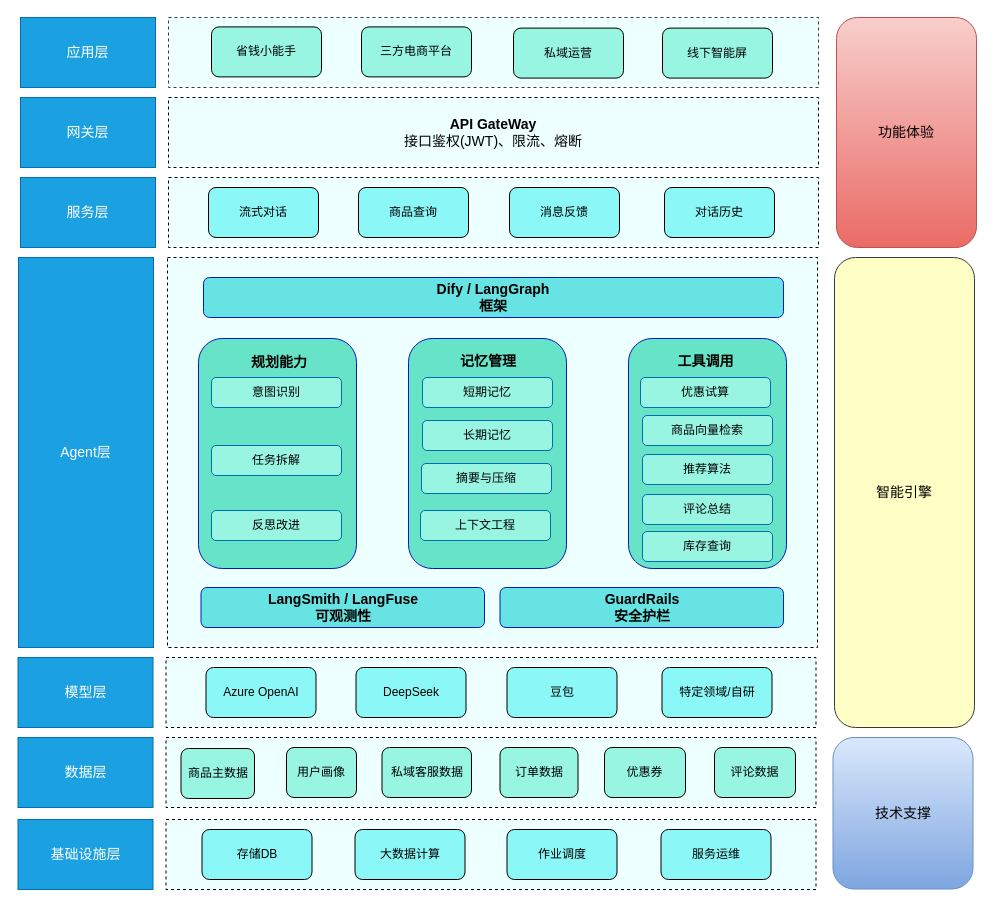
This is engineering/架构设计/省钱小能手-智能导购架构设计图.drawio from Wanke15/wanke15.github.io, a draw.io file, before an edit. Source tidied: cells renumbered, new cells numbered last; positions are measured from the earlier drawing's top-left corner, leaving out a move shared by most shapes. Both pictures are drawn from the tidied source at 100%, with x=0, y=0 at pixel (18, 17).
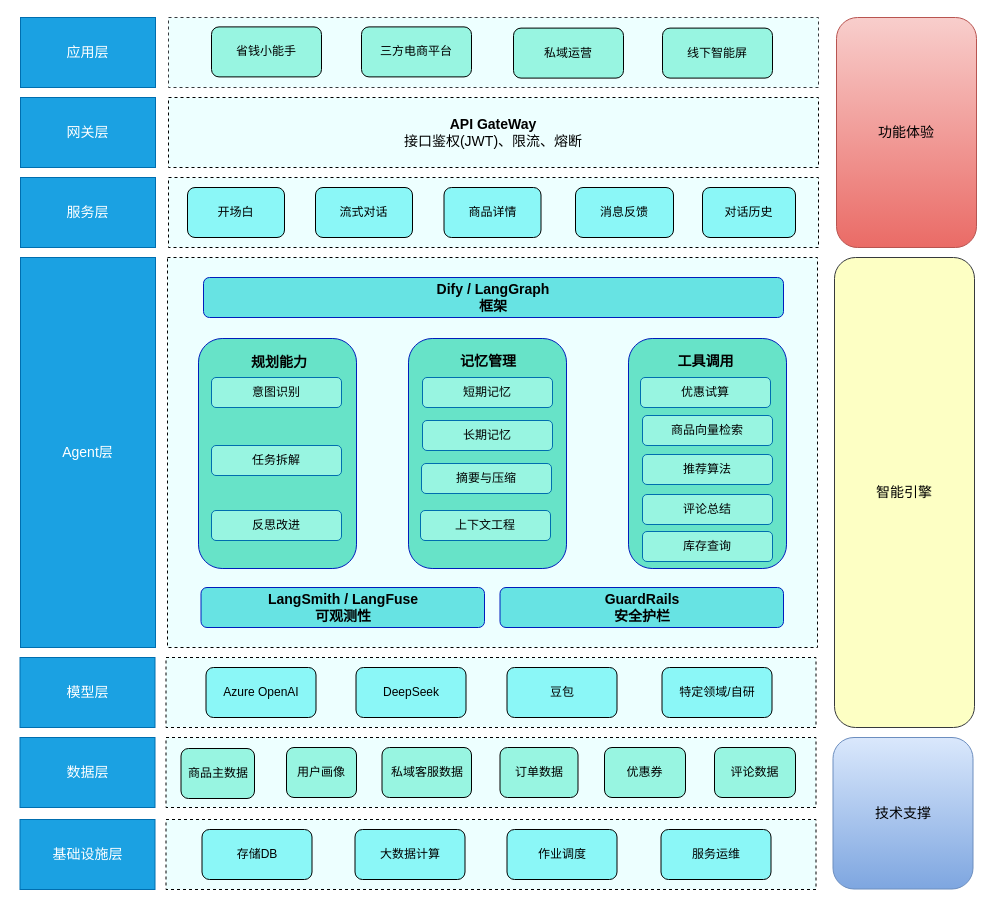
Above is the later version.

Commit message:
更新省钱小能手-智能导购架构设计图.drawio

Change to the diagram source:
```diff
@@
     <mxCell id="4" value="&lt;span style=&quot;font-size: 14px;&quot;&gt;Agent层&lt;/span&gt;" style="rounded=0;whiteSpace=wrap;html=1;fillColor=#1ba1e2;strokeColor=#006EAF;fontColor=#ffffff;" parent="1" vertex="1">
-      <mxGeometry y="240" width="135" height="390" as="geometry" />
+      <mxGeometry x="2" y="240" width="135" height="390" as="geometry" />
     </mxCell>
@@
     <mxCell id="6" value="&lt;font style=&quot;font-size: 14px;&quot;&gt;数据层&lt;/font&gt;" style="rounded=0;whiteSpace=wrap;html=1;fillColor=#1ba1e2;strokeColor=#006EAF;fontColor=#ffffff;" parent="1" vertex="1">
-      <mxGeometry x="-0.5" y="720" width="135" height="70" as="geometry" />
+      <mxGeometry x="1.5" y="720" width="135" height="70" as="geometry" />
     </mxCell>
@@
     <mxCell id="11" value="&lt;font style=&quot;font-size: 14px;&quot;&gt;基础设施层&lt;/font&gt;" style="rounded=0;whiteSpace=wrap;html=1;fillColor=#1ba1e2;strokeColor=#006EAF;fontColor=#ffffff;" parent="1" vertex="1">
-      <mxGeometry x="-0.5" y="802" width="135" height="70" as="geometry" />
+      <mxGeometry x="1.5" y="802" width="135" height="70" as="geometry" />
     </mxCell>
@@
     <mxCell id="42" value="&lt;font style=&quot;font-size: 14px;&quot;&gt;模型层&lt;/font&gt;" style="rounded=0;whiteSpace=wrap;html=1;fillColor=#1ba1e2;strokeColor=#006EAF;fontColor=#ffffff;" parent="1" vertex="1">
-      <mxGeometry x="-0.5" y="640" width="135" height="70" as="geometry" />
+      <mxGeometry x="1.5" y="640" width="135" height="70" as="geometry" />
     </mxCell>
@@
     <mxCell id="54" value="流式对话" style="rounded=1;whiteSpace=wrap;html=1;fillColor=#8BF7F7;" parent="1" vertex="1">
-      <mxGeometry x="190" y="170" width="110" height="50" as="geometry" />
+      <mxGeometry x="297" y="170" width="97" height="50" as="geometry" />
     </mxCell>
     <mxCell id="55" value="对话历史" style="rounded=1;whiteSpace=wrap;html=1;fillColor=#8BF7F7;" parent="1" vertex="1">
-      <mxGeometry x="646" y="170" width="110" height="50" as="geometry" />
+      <mxGeometry x="684" y="170" width="93" height="50" as="geometry" />
     </mxCell>
-    <mxCell id="56" value="商品查询" style="rounded=1;whiteSpace=wrap;html=1;fillColor=#8BF7F7;" parent="1" vertex="1">
-      <mxGeometry x="340" y="170" width="110" height="50" as="geometry" />
+    <mxCell id="56" value="商品详情" style="rounded=1;whiteSpace=wrap;html=1;fillColor=#8BF7F7;" parent="1" vertex="1">
+      <mxGeometry x="425.5" y="170" width="97" height="50" as="geometry" />
     </mxCell>
     <mxCell id="57" value="消息反馈" style="rounded=1;whiteSpace=wrap;html=1;fillColor=#8BF7F7;" parent="1" vertex="1">
-      <mxGeometry x="491" y="170" width="110" height="50" as="geometry" />
+      <mxGeometry x="557" y="170" width="98" height="50" as="geometry" />
     </mxCell>
@@
+    <mxCell id="62" value="开场白" style="rounded=1;whiteSpace=wrap;html=1;fillColor=#8BF7F7;" parent="1" vertex="1">
+      <mxGeometry x="169" y="170" width="97" height="50" as="geometry" />
+    </mxCell>
```
